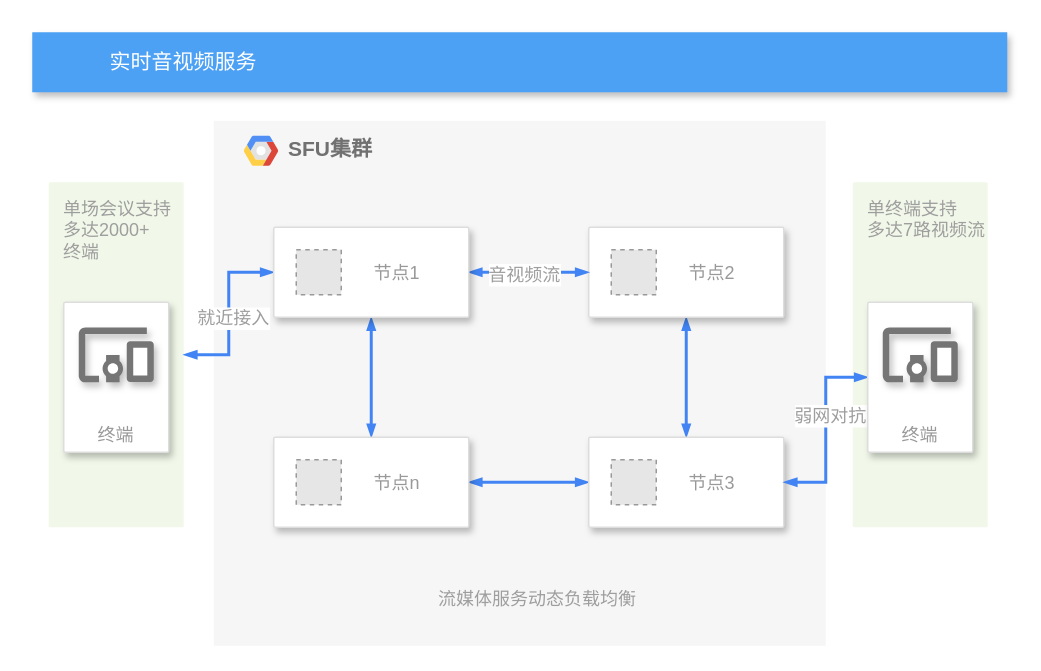
The draw.io diagram 未命名绘图.drawio in shushenghong/test, before the edit. Source tidied: cells renumbered, new cells numbered last; positions are measured from the earlier drawing's top-left corner, leaving out a move shared by most shapes. Both pictures are drawn from the tidied source at 150%, with x=0, y=0 at pixel (32, 32). Pictures stored in the file or linked from it are replaced by grey dashed boxes.
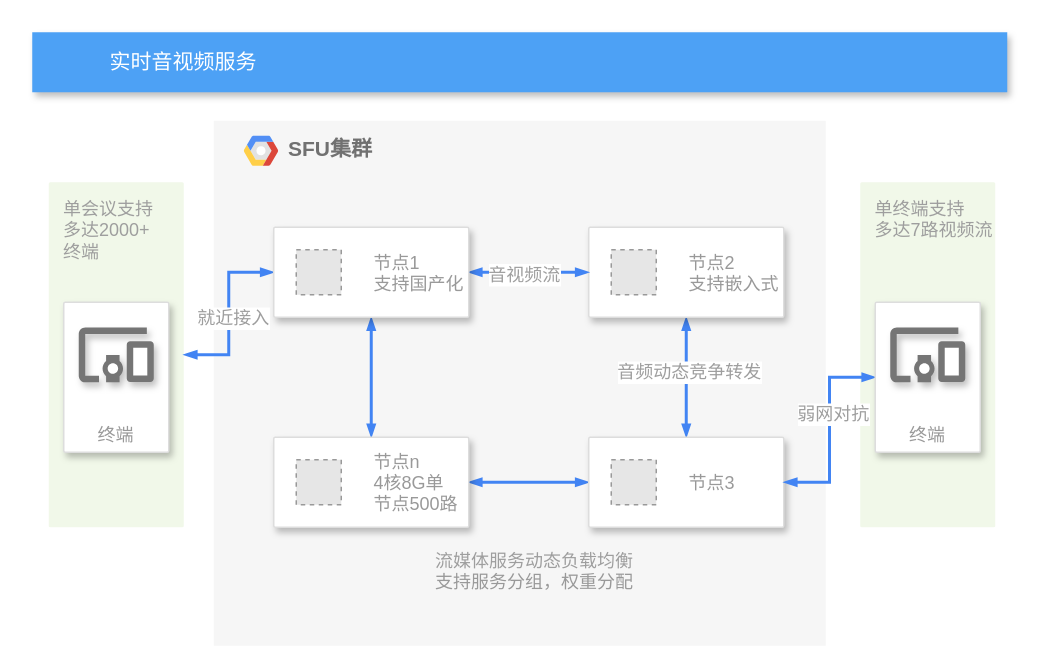
The same diagram, later.

Commit message:
更新未命名绘图.drawio

Unchanged cells that the change refers to:
```xml
<mxCell id="7" style="edgeStyle=orthogonalEdgeStyle;shape=connector;rounded=0;jettySize=auto;html=1;dashed=0;labelBackgroundColor=none;strokeColor=#4284F3;strokeWidth=2;fontFamily=Helvetica;fontSize=12;fontColor=#000000;startFill=1;endArrow=blockThin;endFill=1;startSize=4;endSize=4;elbow=vertical;startArrow=blockThin;" parent="1" edge="1" source="8" target="13">
  <mxGeometry relative="1" as="geometry" />
</mxCell>
<mxCell id="8" style="strokeColor=#dddddd;shadow=1;strokeWidth=1;rounded=1;absoluteArcSize=1;arcSize=2;glass=0;sketch=0;" parent="1" vertex="1">
  <mxGeometry x="371" y="130" width="130" height="60" as="geometry" />
</mxCell>
<mxCell id="16" style="strokeColor=#dddddd;shadow=1;strokeWidth=1;rounded=1;absoluteArcSize=1;arcSize=2;glass=0;sketch=0;" parent="1" vertex="1">
  <mxGeometry x="161" y="270" width="130" height="60" as="geometry" />
</mxCell>
<mxCell id="26" style="strokeColor=#dddddd;shadow=1;strokeWidth=1;rounded=1;absoluteArcSize=1;arcSize=2;glass=0;sketch=0;" parent="1" vertex="1">
  <mxGeometry x="161" y="130" width="130" height="60" as="geometry" />
</mxCell>
```

Change to the diagram source:
```diff
@@
-    <mxCell id="3" value="单场会议支持&lt;br&gt;多达2000+&lt;br&gt;终端" style="rounded=1;absoluteArcSize=1;arcSize=2;html=1;strokeColor=none;gradientColor=none;shadow=0;dashed=0;fontSize=12;fontColor=#9E9E9E;align=left;verticalAlign=top;spacing=10;spacingTop=-4;fillColor=#F1F8E9;" parent="1" vertex="1">
+    <mxCell id="3" value="单会议支持&lt;br&gt;多达2000+&lt;br&gt;终端" style="rounded=1;absoluteArcSize=1;arcSize=2;html=1;strokeColor=none;gradientColor=none;shadow=0;dashed=0;fontSize=12;fontColor=#9E9E9E;align=left;verticalAlign=top;spacing=10;spacingTop=-4;fillColor=#F1F8E9;" parent="1" vertex="1">
       <mxGeometry x="11" y="100" width="90" height="230" as="geometry" />
     </mxCell>
@@
+    <mxCell id="29" value="音频动态竞争转发" style="edgeLabel;html=1;align=center;verticalAlign=middle;fontSize=12;fontFamily=Helvetica;fontColor=#9E9E9E;" parent="7" vertex="1">
+      <mxGeometry x="-0.11" y="1" relative="1" as="geometry" />
+    </mxCell>
@@
-    <mxCell id="9" value="节点2" style="fillColor=#E6E6E6;strokeColor=#999999;dashed=1;fontColor=#999999;verticalLabelPosition=middle;labelBackgroundColor=#ffffff;verticalAlign=middle;labelPosition=right;align=left;spacingLeft=20;" parent="8" vertex="1">
+    <mxCell id="9" value="节点2&#10;支持嵌入式" style="fillColor=#E6E6E6;strokeColor=#999999;dashed=1;fontColor=#999999;verticalLabelPosition=middle;labelBackgroundColor=#ffffff;verticalAlign=middle;labelPosition=right;align=left;spacingLeft=20;" parent="8" vertex="1">
       <mxGeometry width="30" height="30" relative="1" as="geometry">
         <mxPoint x="15" y="15" as="offset" />
       </mxGeometry>
     </mxCell>
@@
-    <mxCell id="17" value="节点n" style="fillColor=#E6E6E6;strokeColor=#999999;dashed=1;fontColor=#999999;verticalLabelPosition=middle;labelBackgroundColor=#ffffff;verticalAlign=middle;labelPosition=right;align=left;spacingLeft=20;" parent="16" vertex="1">
+    <mxCell id="17" value="节点n&#10;4核8G单&#10;节点500路" style="fillColor=#E6E6E6;strokeColor=#999999;dashed=1;fontColor=#999999;verticalLabelPosition=middle;labelBackgroundColor=#ffffff;verticalAlign=middle;labelPosition=right;align=left;spacingLeft=20;" parent="16" vertex="1">
       <mxGeometry width="30" height="30" relative="1" as="geometry">
         <mxPoint x="15" y="15" as="offset" />
       </mxGeometry>
     </mxCell>
@@
     <mxCell id="20" value="单终端支持&lt;br&gt;多达7路视频流" style="rounded=1;absoluteArcSize=1;arcSize=2;html=1;strokeColor=none;gradientColor=none;shadow=0;dashed=0;fontSize=12;fontColor=#9E9E9E;align=left;verticalAlign=top;spacing=10;spacingTop=-4;fillColor=#F1F8E9;" parent="1" vertex="1">
-      <mxGeometry x="547" y="100" width="90" height="230" as="geometry" />
+      <mxGeometry x="552" y="100" width="90" height="230" as="geometry" />
     </mxCell>
@@
     <mxCell id="23" value="终端" style="strokeColor=#dddddd;shadow=1;strokeWidth=1;rounded=1;absoluteArcSize=1;arcSize=2;labelPosition=center;verticalLabelPosition=middle;align=center;verticalAlign=bottom;spacingLeft=0;fontColor=#999999;fontSize=12;whiteSpace=wrap;spacingBottom=2;glass=0;sketch=0;fontFamily=Helvetica;" parent="1" vertex="1">
-      <mxGeometry x="557" y="180" width="70" height="100" as="geometry" />
+      <mxGeometry x="562" y="180" width="70" height="100" as="geometry" />
     </mxCell>
@@
-    <mxCell id="27" value="节点1" style="fillColor=#E6E6E6;strokeColor=#999999;dashed=1;fontColor=#999999;verticalLabelPosition=middle;labelBackgroundColor=#ffffff;verticalAlign=middle;labelPosition=right;align=left;spacingLeft=20;" parent="26" vertex="1">
+    <mxCell id="27" value="节点1&#10;支持国产化" style="fillColor=#E6E6E6;strokeColor=#999999;dashed=1;fontColor=#999999;verticalLabelPosition=middle;labelBackgroundColor=#ffffff;verticalAlign=middle;labelPosition=right;align=left;spacingLeft=20;" parent="26" vertex="1">
       <mxGeometry width="30" height="30" relative="1" as="geometry">
         <mxPoint x="15" y="15" as="offset" />
       </mxGeometry>
     </mxCell>
-    <mxCell id="28" value="流媒体服务动态负载均衡" style="sketch=0;rounded=1;absoluteArcSize=1;arcSize=2;html=1;strokeColor=none;gradientColor=none;shadow=0;dashed=0;fontSize=12;fontColor=#9E9E9E;align=left;verticalAlign=top;spacing=10;spacingTop=-4;glass=0;fontFamily=Helvetica;fillColor=none;" parent="1" vertex="1">
-      <mxGeometry x="261" y="360" width="120" height="40" as="geometry" />
+    <mxCell id="28" value="流媒体服务动态负载均衡&lt;br&gt;&lt;span style=&quot;color: rgb(153, 153, 153);&quot;&gt;支持服务分组，权重分配&lt;br&gt;&lt;/span&gt;" style="sketch=0;rounded=1;absoluteArcSize=1;arcSize=2;html=1;strokeColor=none;gradientColor=none;shadow=0;dashed=0;fontSize=12;fontColor=#9E9E9E;align=left;verticalAlign=top;spacing=10;spacingTop=-4;glass=0;fontFamily=Helvetica;fillColor=none;" parent="1" vertex="1">
+      <mxGeometry x="259" y="335" width="120" height="40" as="geometry" />
     </mxCell>
```
